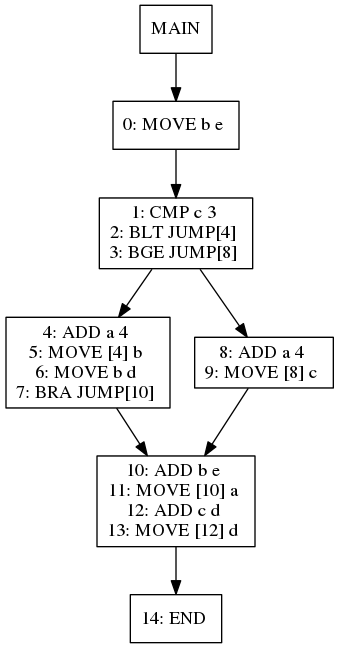
Before: viz/test028.dot.png, a diagram exported from Graphviz (jiahanwang/PL241-Compiler). Its source is kept beside it as viz/test028.dot.
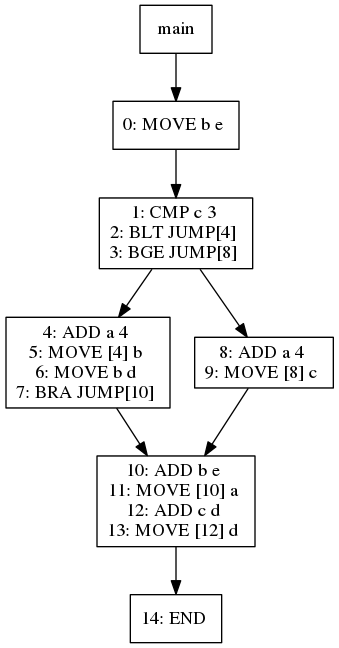
After the commit.

Diff of the diagram source:
```diff
@@ -1,32 +1,32 @@
 digraph test028 {
 node [shape=box]
-1[label="MAIN"]
-1 -> 3
-3[label="0: MOVE b e
+508[label="main"]
+508 -> 510
+510[label="0: MOVE b e
 "]
-3 -> 4
-4[label="1: CMP c 3
+510 -> 511
+511[label="1: CMP c 3
 2: BLT JUMP[4]
 3: BGE JUMP[8]
 "]
-4 -> 6
-6[label="4: ADD a 4
+511 -> 513
+513[label="4: ADD a 4
 5: MOVE [4] b
 6: MOVE b d
 7: BRA JUMP[10]
 "]
-6 -> 5
-5[label="10: ADD b e
+513 -> 512
+512[label="10: ADD b e
 11: MOVE [10] a
 12: ADD c d
 13: MOVE [12] d
 "]
-5 -> 11
-11[label="14: END
+512 -> 518
+518[label="14: END
 "]
-4 -> 8
-8[label="8: ADD a 4
+511 -> 515
+515[label="8: ADD a 4
 9: MOVE [8] c
 "]
-8 -> 5
+515 -> 512
 }
```
